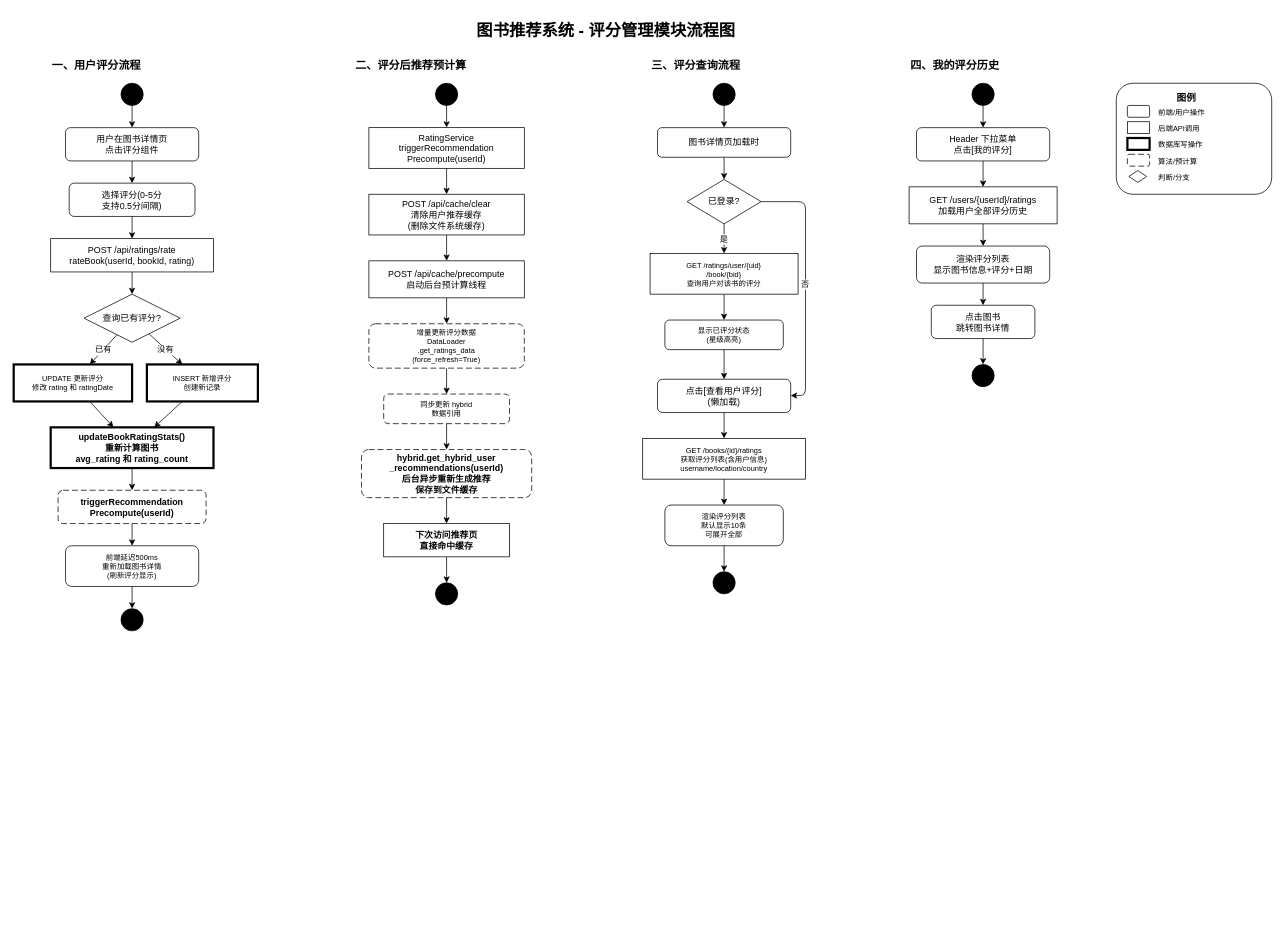
This is docs/pic/rating-management-flow.drawio from CodeCodeUp/Books, a draw.io file, before an edit. Source tidied: cells renumbered, new cells numbered last; positions are measured from the earlier drawing's top-left corner, leaving out a move shared by most shapes. Both pictures are drawn from the tidied source at 74%, with x=0, y=0 at pixel (13, 16).
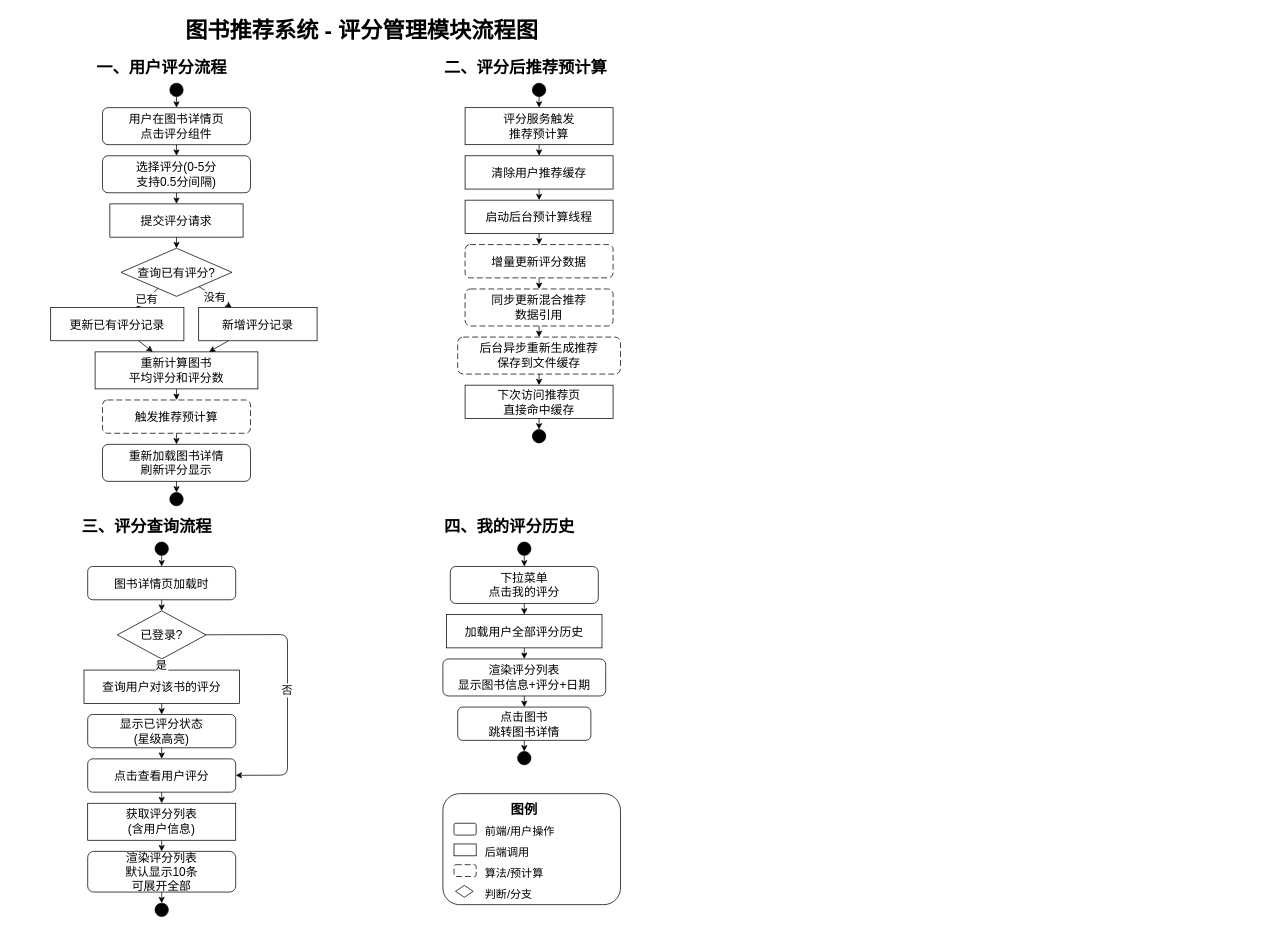
After the change.

Diff of the diagram source:
```diff
@@
-    <mxCell id="2" value="图书推荐系统 - 评分管理模块流程图" style="text;html=1;fontSize=22;fontStyle=1;fontColor=#000000;align=center;" parent="1" vertex="1">
-      <mxGeometry x="550" width="500" height="40" as="geometry" />
+    <mxCell id="2" value="图书推荐系统 - 评分管理模块流程图" style="text;html=1;fontSize=30;fontStyle=1;fontColor=#000000;align=center;" parent="1" vertex="1">
+      <mxGeometry x="170" y="-5" width="600" height="45" as="geometry" />
     </mxCell>
-    <mxCell id="3" value="一、用户评分流程" style="text;html=1;fontSize=15;fontStyle=1;fontColor=#000000;" parent="1" vertex="1">
-      <mxGeometry x="50" y="50" width="200" height="30" as="geometry" />
+    <mxCell id="3" value="一、用户评分流程" style="text;html=1;fontSize=22;fontStyle=1;fontColor=#000000;" parent="1" vertex="1">
+      <mxGeometry x="110" y="50" width="220" height="35" as="geometry" />
     </mxCell>
     <mxCell id="4" style="ellipse;fillColor=#000000;strokeColor=#000000;" parent="1" vertex="1">
-      <mxGeometry x="145" y="90" width="30" height="30" as="geometry" />
+      <mxGeometry x="211" y="90" width="18" height="18" as="geometry" />
     </mxCell>
-    <mxCell id="5" value="用户在图书详情页&#10;点击评分组件" style="rounded=1;whiteSpace=wrap;fillColor=none;strokeColor=#000000;" parent="1" vertex="1">
-      <mxGeometry x="70" y="150" width="180" height="45" as="geometry" />
+    <mxCell id="5" value="用户在图书详情页&#10;点击评分组件" style="rounded=1;whiteSpace=wrap;fillColor=none;strokeColor=#000000;fontSize=16;" parent="1" vertex="1">
+      <mxGeometry x="120" y="123" width="200" height="50" as="geometry" />
     </mxCell>
-    <mxCell id="6" value="选择评分(0-5分&#10;支持0.5分间隔)" style="rounded=1;whiteSpace=wrap;fillColor=none;strokeColor=#000000;" parent="1" vertex="1">
-      <mxGeometry x="75" y="225" width="170" height="45" as="geometry" />
+    <mxCell id="6" value="选择评分(0-5分&#10;支持0.5分间隔)" style="rounded=1;whiteSpace=wrap;fillColor=none;strokeColor=#000000;fontSize=16;" parent="1" vertex="1">
+      <mxGeometry x="120" y="188" width="200" height="50" as="geometry" />
     </mxCell>
-    <mxCell id="7" value="POST /api/ratings/rate&#10;rateBook(userId, bookId, rating)" style="rounded=0;whiteSpace=wrap;fillColor=none;strokeColor=#000000;" parent="1" vertex="1">
-      <mxGeometry x="50" y="300" width="220" height="45" as="geometry" />
+    <mxCell id="7" value="提交评分请求" style="rounded=0;whiteSpace=wrap;fillColor=none;strokeColor=#000000;fontSize=16;" parent="1" vertex="1">
+      <mxGeometry x="130" y="253" width="180" height="45" as="geometry" />
     </mxCell>
-    <mxCell id="8" value="查询已有评分?" style="rhombus;whiteSpace=wrap;fillColor=none;strokeColor=#000000;" parent="1" vertex="1">
-      <mxGeometry x="95" y="375" width="130" height="65" as="geometry" />
+    <mxCell id="8" value="查询已有评分?" style="rhombus;whiteSpace=wrap;fillColor=none;strokeColor=#000000;fontSize=16;" parent="1" vertex="1">
+      <mxGeometry x="145" y="313" width="150" height="65" as="geometry" />
     </mxCell>
-    <mxCell id="9" value="UPDATE 更新评分&#10;修改 rating 和 ratingDate" style="rounded=0;whiteSpace=wrap;fillColor=none;strokeColor=#000000;strokeWidth=3;fontSize=10;" parent="1" vertex="1">
-      <mxGeometry y="470" width="160" height="50" as="geometry" />
+    <mxCell id="9" value="更新已有评分记录" style="rounded=0;whiteSpace=wrap;fillColor=none;strokeColor=#000000;fontSize=16;" parent="1" vertex="1">
+      <mxGeometry x="50" y="393" width="180" height="45" as="geometry" />
     </mxCell>
-    <mxCell id="10" value="INSERT 新增评分&#10;创建新记录" style="rounded=0;whiteSpace=wrap;fillColor=none;strokeColor=#000000;strokeWidth=3;fontSize=10;" parent="1" vertex="1">
-      <mxGeometry x="180" y="470" width="150" height="50" as="geometry" />
+    <mxCell id="10" value="新增评分记录" style="rounded=0;whiteSpace=wrap;fillColor=none;strokeColor=#000000;fontSize=16;" parent="1" vertex="1">
+      <mxGeometry x="250" y="393" width="160" height="45" as="geometry" />
     </mxCell>
-    <mxCell id="11" value="updateBookRatingStats()&#10;重新计算图书&#10;avg_rating 和 rating_count" style="rounded=0;whiteSpace=wrap;fillColor=none;strokeColor=#000000;strokeWidth=3;fontStyle=1;" parent="1" vertex="1">
-      <mxGeometry x="50" y="555" width="220" height="55" as="geometry" />
+    <mxCell id="11" value="重新计算图书&#10;平均评分和评分数" style="rounded=0;whiteSpace=wrap;fillColor=none;strokeColor=#000000;fontSize=16;" parent="1" vertex="1">
+      <mxGeometry x="110" y="453" width="220" height="50" as="geometry" />
     </mxCell>
-    <mxCell id="12" value="triggerRecommendation&#10;Precompute(userId)" style="rounded=1;whiteSpace=wrap;fillColor=none;strokeColor=#000000;dashed=1;dashPattern=8 4;fontStyle=1;" parent="1" vertex="1">
-      <mxGeometry x="60" y="640" width="200" height="45" as="geometry" />
+    <mxCell id="12" value="触发推荐预计算" style="rounded=1;whiteSpace=wrap;fillColor=none;strokeColor=#000000;dashed=1;dashPattern=8 4;fontSize=16;" parent="1" vertex="1">
+      <mxGeometry x="120" y="518" width="200" height="45" as="geometry" />
     </mxCell>
-    <mxCell id="13" value="前端延迟500ms&#10;重新加载图书详情&#10;(刷新评分显示)" style="rounded=1;whiteSpace=wrap;fillColor=none;strokeColor=#000000;fontSize=10;" parent="1" vertex="1">
-      <mxGeometry x="70" y="715" width="180" height="55" as="geometry" />
+    <mxCell id="13" value="重新加载图书详情&#10;刷新评分显示" style="rounded=1;whiteSpace=wrap;fillColor=none;strokeColor=#000000;fontSize=16;" parent="1" vertex="1">
+      <mxGeometry x="120" y="578" width="200" height="50" as="geometry" />
     </mxCell>
     <mxCell id="14" style="ellipse;fillColor=#000000;strokeColor=#000000;" parent="1" vertex="1">
-      <mxGeometry x="145" y="800" width="30" height="30" as="geometry" />
+      <mxGeometry x="211" y="643" width="18" height="18" as="geometry" />
     </mxCell>
@@
-    <mxCell id="19" value="已有" style="rounded=1;strokeColor=#000000;" parent="1" edge="1" source="8" target="9">
+    <mxCell id="19" value="已有" style="rounded=1;strokeColor=#000000;fontSize=15;" parent="1" edge="1" source="8" target="9">
       <mxGeometry relative="1" as="geometry" />
     </mxCell>
-    <mxCell id="20" value="没有" style="rounded=1;strokeColor=#000000;" parent="1" edge="1" source="8" target="10">
+    <mxCell id="20" value="没有" style="rounded=1;strokeColor=#000000;fontSize=15;" parent="1" edge="1" source="8" target="10">
       <mxGeometry relative="1" as="geometry" />
     </mxCell>
@@
-    <mxCell id="26" value="二、评分后推荐预计算" style="text;html=1;fontSize=15;fontStyle=1;fontColor=#000000;" parent="1" vertex="1">
-      <mxGeometry x="460" y="50" width="250" height="30" as="geometry" />
+    <mxCell id="26" value="二、评分后推荐预计算" style="text;html=1;fontSize=22;fontStyle=1;fontColor=#000000;" parent="1" vertex="1">
+      <mxGeometry x="580" y="50" width="260" height="35" as="geometry" />
     </mxCell>
     <mxCell id="27" style="ellipse;fillColor=#000000;strokeColor=#000000;" parent="1" vertex="1">
-      <mxGeometry x="570" y="90" width="30" height="30" as="geometry" />
+      <mxGeometry x="701" y="90" width="18" height="18" as="geometry" />
     </mxCell>
-    <mxCell id="28" value="RatingService&#10;triggerRecommendation&#10;Precompute(userId)" style="rounded=0;whiteSpace=wrap;fillColor=none;strokeColor=#000000;" parent="1" vertex="1">
-      <mxGeometry x="480" y="150" width="210" height="55" as="geometry" />
+    <mxCell id="28" value="评分服务触发&#10;推荐预计算" style="rounded=0;whiteSpace=wrap;fillColor=none;strokeColor=#000000;fontSize=16;" parent="1" vertex="1">
+      <mxGeometry x="610" y="123" width="200" height="50" as="geometry" />
     </mxCell>
-    <mxCell id="29" value="POST /api/cache/clear&#10;清除用户推荐缓存&#10;(删除文件系统缓存)" style="rounded=0;whiteSpace=wrap;fillColor=none;strokeColor=#000000;" parent="1" vertex="1">
-      <mxGeometry x="480" y="240" width="210" height="55" as="geometry" />
+    <mxCell id="29" value="清除用户推荐缓存" style="rounded=0;whiteSpace=wrap;fillColor=none;strokeColor=#000000;fontSize=16;" parent="1" vertex="1">
+      <mxGeometry x="610" y="188" width="200" height="45" as="geometry" />
     </mxCell>
-    <mxCell id="30" value="POST /api/cache/precompute&#10;启动后台预计算线程" style="rounded=0;whiteSpace=wrap;fillColor=none;strokeColor=#000000;" parent="1" vertex="1">
-      <mxGeometry x="480" y="330" width="210" height="50" as="geometry" />
+    <mxCell id="30" value="启动后台预计算线程" style="rounded=0;whiteSpace=wrap;fillColor=none;strokeColor=#000000;fontSize=16;" parent="1" vertex="1">
+      <mxGeometry x="610" y="248" width="200" height="45" as="geometry" />
     </mxCell>
-    <mxCell id="31" value="增量更新评分数据&#10;DataLoader&#10;.get_ratings_data&#10;(force_refresh=True)" style="rounded=1;whiteSpace=wrap;fillColor=none;strokeColor=#000000;dashed=1;dashPattern=8 4;fontSize=10;" parent="1" vertex="1">
-      <mxGeometry x="480" y="415" width="210" height="60" as="geometry" />
+    <mxCell id="31" value="增量更新评分数据" style="rounded=1;whiteSpace=wrap;fillColor=none;strokeColor=#000000;dashed=1;dashPattern=8 4;fontSize=16;" parent="1" vertex="1">
+      <mxGeometry x="610" y="308" width="200" height="45" as="geometry" />
     </mxCell>
-    <mxCell id="32" value="同步更新 hybrid&#10;数据引用" style="rounded=1;whiteSpace=wrap;fillColor=none;strokeColor=#000000;dashed=1;dashPattern=8 4;fontSize=10;" parent="1" vertex="1">
-      <mxGeometry x="500" y="510" width="170" height="40" as="geometry" />
+    <mxCell id="32" value="同步更新混合推荐&#10;数据引用" style="rounded=1;whiteSpace=wrap;fillColor=none;strokeColor=#000000;dashed=1;dashPattern=8 4;fontSize=16;" parent="1" vertex="1">
+      <mxGeometry x="610" y="368" width="200" height="50" as="geometry" />
     </mxCell>
-    <mxCell id="33" value="hybrid.get_hybrid_user&#10;_recommendations(userId)&#10;后台异步重新生成推荐&#10;保存到文件缓存" style="rounded=1;whiteSpace=wrap;fillColor=none;strokeColor=#000000;dashed=1;dashPattern=8 4;fontStyle=1;" parent="1" vertex="1">
-      <mxGeometry x="470" y="585" width="230" height="65" as="geometry" />
+    <mxCell id="33" value="后台异步重新生成推荐&#10;保存到文件缓存" style="rounded=1;whiteSpace=wrap;fillColor=none;strokeColor=#000000;dashed=1;dashPattern=8 4;fontSize=16;" parent="1" vertex="1">
+      <mxGeometry x="600" y="433" width="220" height="50" as="geometry" />
     </mxCell>
-    <mxCell id="34" value="下次访问推荐页&#10;直接命中缓存" style="rounded=0;whiteSpace=wrap;fillColor=none;strokeColor=#000000;fontStyle=1;fontSize=12;" parent="1" vertex="1">
-      <mxGeometry x="500" y="685" width="170" height="45" as="geometry" />
+    <mxCell id="34" value="下次访问推荐页&#10;直接命中缓存" style="rounded=0;whiteSpace=wrap;fillColor=none;strokeColor=#000000;fontSize=16;" parent="1" vertex="1">
+      <mxGeometry x="610" y="498" width="200" height="45" as="geometry" />
     </mxCell>
     <mxCell id="35" style="ellipse;fillColor=#000000;strokeColor=#000000;" parent="1" vertex="1">
-      <mxGeometry x="570" y="765" width="30" height="30" as="geometry" />
+      <mxGeometry x="701" y="558" width="18" height="18" as="geometry" />
     </mxCell>
@@
-    <mxCell id="44" value="三、评分查询流程" style="text;html=1;fontSize=15;fontStyle=1;fontColor=#000000;" parent="1" vertex="1">
-      <mxGeometry x="860" y="50" width="200" height="30" as="geometry" />
+    <mxCell id="44" value="三、评分查询流程" style="text;html=1;fontSize=22;fontStyle=1;fontColor=#000000;" parent="1" vertex="1">
+      <mxGeometry x="90" y="670" width="220" height="35" as="geometry" />
     </mxCell>
     <mxCell id="45" style="ellipse;fillColor=#000000;strokeColor=#000000;" parent="1" vertex="1">
-      <mxGeometry x="945" y="90" width="30" height="30" as="geometry" />
+      <mxGeometry x="191" y="710" width="18" height="18" as="geometry" />
     </mxCell>
-    <mxCell id="46" value="图书详情页加载时" style="rounded=1;whiteSpace=wrap;fillColor=none;strokeColor=#000000;" parent="1" vertex="1">
-      <mxGeometry x="870" y="150" width="180" height="40" as="geometry" />
+    <mxCell id="46" value="图书详情页加载时" style="rounded=1;whiteSpace=wrap;fillColor=none;strokeColor=#000000;fontSize=16;" parent="1" vertex="1">
+      <mxGeometry x="100" y="743" width="200" height="45" as="geometry" />
     </mxCell>
-    <mxCell id="47" value="已登录?" style="rhombus;whiteSpace=wrap;fillColor=none;strokeColor=#000000;" parent="1" vertex="1">
-      <mxGeometry x="910" y="220" width="100" height="60" as="geometry" />
+    <mxCell id="47" value="已登录?" style="rhombus;whiteSpace=wrap;fillColor=none;strokeColor=#000000;fontSize=16;" parent="1" vertex="1">
+      <mxGeometry x="140" y="803" width="120" height="65" as="geometry" />
     </mxCell>
-    <mxCell id="48" value="GET /ratings/user/{uid}&#10;/book/{bid}&#10;查询用户对该书的评分" style="rounded=0;whiteSpace=wrap;fillColor=none;strokeColor=#000000;fontSize=10;" parent="1" vertex="1">
-      <mxGeometry x="860" y="320" width="200" height="55" as="geometry" />
+    <mxCell id="48" value="查询用户对该书的评分" style="rounded=0;whiteSpace=wrap;fillColor=none;strokeColor=#000000;fontSize=16;" parent="1" vertex="1">
+      <mxGeometry x="95" y="883" width="210" height="45" as="geometry" />
     </mxCell>
-    <mxCell id="49" value="显示已评分状态&#10;(星级高亮)" style="rounded=1;whiteSpace=wrap;fillColor=none;strokeColor=#000000;fontSize=10;" parent="1" vertex="1">
-      <mxGeometry x="880" y="410" width="160" height="40" as="geometry" />
+    <mxCell id="49" value="显示已评分状态&#10;(星级高亮)" style="rounded=1;whiteSpace=wrap;fillColor=none;strokeColor=#000000;fontSize=16;" parent="1" vertex="1">
+      <mxGeometry x="100" y="943" width="200" height="45" as="geometry" />
     </mxCell>
-    <mxCell id="50" value="点击[查看用户评分]&#10;(懒加载)" style="rounded=1;whiteSpace=wrap;fillColor=none;strokeColor=#000000;" parent="1" vertex="1">
-      <mxGeometry x="870" y="490" width="180" height="45" as="geometry" />
+    <mxCell id="50" value="点击查看用户评分" style="rounded=1;whiteSpace=wrap;fillColor=none;strokeColor=#000000;fontSize=16;" parent="1" vertex="1">
+      <mxGeometry x="100" y="1003" width="200" height="45" as="geometry" />
     </mxCell>
-    <mxCell id="51" value="GET /books/{id}/ratings&#10;获取评分列表(含用户信息)&#10;username/location/country" style="rounded=0;whiteSpace=wrap;fillColor=none;strokeColor=#000000;fontSize=10;" parent="1" vertex="1">
-      <mxGeometry x="850" y="570" width="220" height="55" as="geometry" />
+    <mxCell id="51" value="获取评分列表&#10;(含用户信息)" style="rounded=0;whiteSpace=wrap;fillColor=none;strokeColor=#000000;fontSize=16;" parent="1" vertex="1">
+      <mxGeometry x="100" y="1063" width="200" height="50" as="geometry" />
     </mxCell>
-    <mxCell id="52" value="渲染评分列表&#10;默认显示10条&#10;可展开全部" style="rounded=1;whiteSpace=wrap;fillColor=none;strokeColor=#000000;fontSize=10;" parent="1" vertex="1">
-      <mxGeometry x="880" y="660" width="160" height="55" as="geometry" />
+    <mxCell id="52" value="渲染评分列表&#10;默认显示10条&#10;可展开全部" style="rounded=1;whiteSpace=wrap;fillColor=none;strokeColor=#000000;fontSize=16;" parent="1" vertex="1">
+      <mxGeometry x="100" y="1128" width="200" height="55" as="geometry" />
     </mxCell>
     <mxCell id="53" style="ellipse;fillColor=#000000;strokeColor=#000000;" parent="1" vertex="1">
-      <mxGeometry x="945" y="750" width="30" height="30" as="geometry" />
+      <mxGeometry x="191" y="1198" width="18" height="18" as="geometry" />
     </mxCell>
@@
-    <mxCell id="56" value="是" style="rounded=1;strokeColor=#000000;" parent="1" edge="1" source="47" target="48">
+    <mxCell id="56" value="是" style="rounded=1;strokeColor=#000000;fontSize=15;" parent="1" edge="1" source="47" target="48">
       <mxGeometry relative="1" as="geometry" />
     </mxCell>
-    <mxCell id="57" value="否" style="rounded=1;strokeColor=#000000;" parent="1" edge="1" source="47" target="50">
+    <mxCell id="57" value="否" style="rounded=1;strokeColor=#000000;fontSize=15;" parent="1" edge="1" source="47" target="50">
       <mxGeometry relative="1" as="geometry">
         <Array as="points">
-          <mxPoint x="1070" y="250" />
-          <mxPoint x="1070" y="512" />
+          <mxPoint x="370" y="835" />
+          <mxPoint x="370" y="1025" />
         </Array>
       </mxGeometry>
     </mxCell>
@@
-    <mxCell id="63" value="四、我的评分历史" style="text;html=1;fontSize=15;fontStyle=1;fontColor=#000000;" parent="1" vertex="1">
-      <mxGeometry x="1210" y="50" width="200" height="30" as="geometry" />
+    <mxCell id="63" value="四、我的评分历史" style="text;html=1;fontSize=22;fontStyle=1;fontColor=#000000;" parent="1" vertex="1">
+      <mxGeometry x="580" y="670" width="220" height="35" as="geometry" />
     </mxCell>
     <mxCell id="64" style="ellipse;fillColor=#000000;strokeColor=#000000;" parent="1" vertex="1">
-      <mxGeometry x="1295" y="90" width="30" height="30" as="geometry" />
+      <mxGeometry x="681" y="710" width="18" height="18" as="geometry" />
     </mxCell>
-    <mxCell id="65" value="Header 下拉菜单&#10;点击[我的评分]" style="rounded=1;whiteSpace=wrap;fillColor=none;strokeColor=#000000;" parent="1" vertex="1">
-      <mxGeometry x="1220" y="150" width="180" height="45" as="geometry" />
+    <mxCell id="65" value="下拉菜单&#10;点击我的评分" style="rounded=1;whiteSpace=wrap;fillColor=none;strokeColor=#000000;fontSize=16;" parent="1" vertex="1">
+      <mxGeometry x="590" y="743" width="200" height="50" as="geometry" />
     </mxCell>
-    <mxCell id="66" value="GET /users/{userId}/ratings&#10;加载用户全部评分历史" style="rounded=0;whiteSpace=wrap;fillColor=none;strokeColor=#000000;" parent="1" vertex="1">
-      <mxGeometry x="1210" y="230" width="200" height="50" as="geometry" />
+    <mxCell id="66" value="加载用户全部评分历史" style="rounded=0;whiteSpace=wrap;fillColor=none;strokeColor=#000000;fontSize=16;" parent="1" vertex="1">
+      <mxGeometry x="585" y="808" width="210" height="45" as="geometry" />
     </mxCell>
-    <mxCell id="67" value="渲染评分列表&#10;显示图书信息+评分+日期" style="rounded=1;whiteSpace=wrap;fillColor=none;strokeColor=#000000;" parent="1" vertex="1">
-      <mxGeometry x="1220" y="310" width="180" height="50" as="geometry" />
+    <mxCell id="67" value="渲染评分列表&#10;显示图书信息+评分+日期" style="rounded=1;whiteSpace=wrap;fillColor=none;strokeColor=#000000;fontSize=16;" parent="1" vertex="1">
+      <mxGeometry x="580" y="868" width="220" height="50" as="geometry" />
     </mxCell>
-    <mxCell id="68" value="点击图书&#10;跳转图书详情" style="rounded=1;whiteSpace=wrap;fillColor=none;strokeColor=#000000;" parent="1" vertex="1">
-      <mxGeometry x="1240" y="390" width="140" height="45" as="geometry" />
+    <mxCell id="68" value="点击图书&#10;跳转图书详情" style="rounded=1;whiteSpace=wrap;fillColor=none;strokeColor=#000000;fontSize=16;" parent="1" vertex="1">
+      <mxGeometry x="600" y="933" width="180" height="45" as="geometry" />
     </mxCell>
     <mxCell id="69" style="ellipse;fillColor=#000000;strokeColor=#000000;" parent="1" vertex="1">
-      <mxGeometry x="1295" y="470" width="30" height="30" as="geometry" />
+      <mxGeometry x="681" y="993" width="18" height="18" as="geometry" />
     </mxCell>
@@
     <mxCell id="75" style="rounded=1;fillColor=none;strokeColor=#000000;" parent="1" vertex="1">
-      <mxGeometry x="1490" y="90" width="210" height="150" as="geometry" />
+      <mxGeometry x="580" y="1050" width="240" height="150" as="geometry" />
     </mxCell>
-    <mxCell id="76" value="图例" style="text;html=1;fontSize=13;fontStyle=1;" parent="1" vertex="1">
-      <mxGeometry x="1570" y="95" width="50" height="20" as="geometry" />
+    <mxCell id="76" value="图例" style="text;html=1;fontSize=18;fontStyle=1;" parent="1" vertex="1">
+      <mxGeometry x="670" y="1055" width="60" height="25" as="geometry" />
     </mxCell>
     <mxCell id="77" style="rounded=1;fillColor=none;strokeColor=#000000;" parent="1" vertex="1">
-      <mxGeometry x="1505" y="120" width="30" height="16" as="geometry" />
+      <mxGeometry x="595" y="1090" width="30" height="16" as="geometry" />
     </mxCell>
-    <mxCell id="78" value="前端/用户操作" style="text;html=1;fontSize=10;" parent="1" vertex="1">
-      <mxGeometry x="1545" y="117" width="90" height="20" as="geometry" />
+    <mxCell id="78" value="前端/用户操作" style="text;html=1;fontSize=15;" parent="1" vertex="1">
+      <mxGeometry x="635" y="1086" width="120" height="24" as="geometry" />
     </mxCell>
     <mxCell id="79" style="rounded=0;fillColor=none;strokeColor=#000000;" parent="1" vertex="1">
-      <mxGeometry x="1505" y="142" width="30" height="16" as="geometry" />
+      <mxGeometry x="595" y="1118" width="30" height="16" as="geometry" />
     </mxCell>
-    <mxCell id="80" value="后端API调用" style="text;html=1;fontSize=10;" parent="1" vertex="1">
-      <mxGeometry x="1545" y="139" width="90" height="20" as="geometry" />
+    <mxCell id="80" value="后端调用" style="text;html=1;fontSize=15;" parent="1" vertex="1">
+      <mxGeometry x="635" y="1114" width="100" height="24" as="geometry" />
     </mxCell>
-    <mxCell id="81" style="rounded=0;fillColor=none;strokeColor=#000000;strokeWidth=3;" parent="1" vertex="1">
-      <mxGeometry x="1505" y="164" width="30" height="16" as="geometry" />
+    <mxCell id="81" style="rounded=1;fillColor=none;strokeColor=#000000;dashed=1;dashPattern=8 4;" parent="1" vertex="1">
+      <mxGeometry x="595" y="1146" width="30" height="16" as="geometry" />
     </mxCell>
-    <mxCell id="82" value="数据库写操作" style="text;html=1;fontSize=10;" parent="1" vertex="1">
-      <mxGeometry x="1545" y="161" width="90" height="20" as="geometry" />
+    <mxCell id="82" value="算法/预计算" style="text;html=1;fontSize=15;" parent="1" vertex="1">
+      <mxGeometry x="635" y="1142" width="110" height="24" as="geometry" />
     </mxCell>
-    <mxCell id="83" style="rounded=1;fillColor=none;strokeColor=#000000;dashed=1;dashPattern=8 4;" parent="1" vertex="1">
-      <mxGeometry x="1505" y="186" width="30" height="16" as="geometry" />
+    <mxCell id="83" style="rhombus;fillColor=none;strokeColor=#000000;" parent="1" vertex="1">
+      <mxGeometry x="597" y="1174" width="24" height="16" as="geometry" />
     </mxCell>
-    <mxCell id="84" value="算法/预计算" style="text;html=1;fontSize=10;" parent="1" vertex="1">
-      <mxGeometry x="1545" y="183" width="80" height="20" as="geometry" />
+    <mxCell id="84" value="判断/分支" style="text;html=1;fontSize=15;" parent="1" vertex="1">
+      <mxGeometry x="635" y="1170" width="100" height="24" as="geometry" />
     </mxCell>
-    <mxCell id="85" style="rhombus;fillColor=none;strokeColor=#000000;" parent="1" vertex="1">
-      <mxGeometry x="1507" y="208" width="24" height="16" as="geometry" />
-    </mxCell>
-    <mxCell id="86" value="判断/分支" style="text;html=1;fontSize=10;" parent="1" vertex="1">
-      <mxGeometry x="1545" y="205" width="60" height="20" as="geometry" />
-    </mxCell>
```
